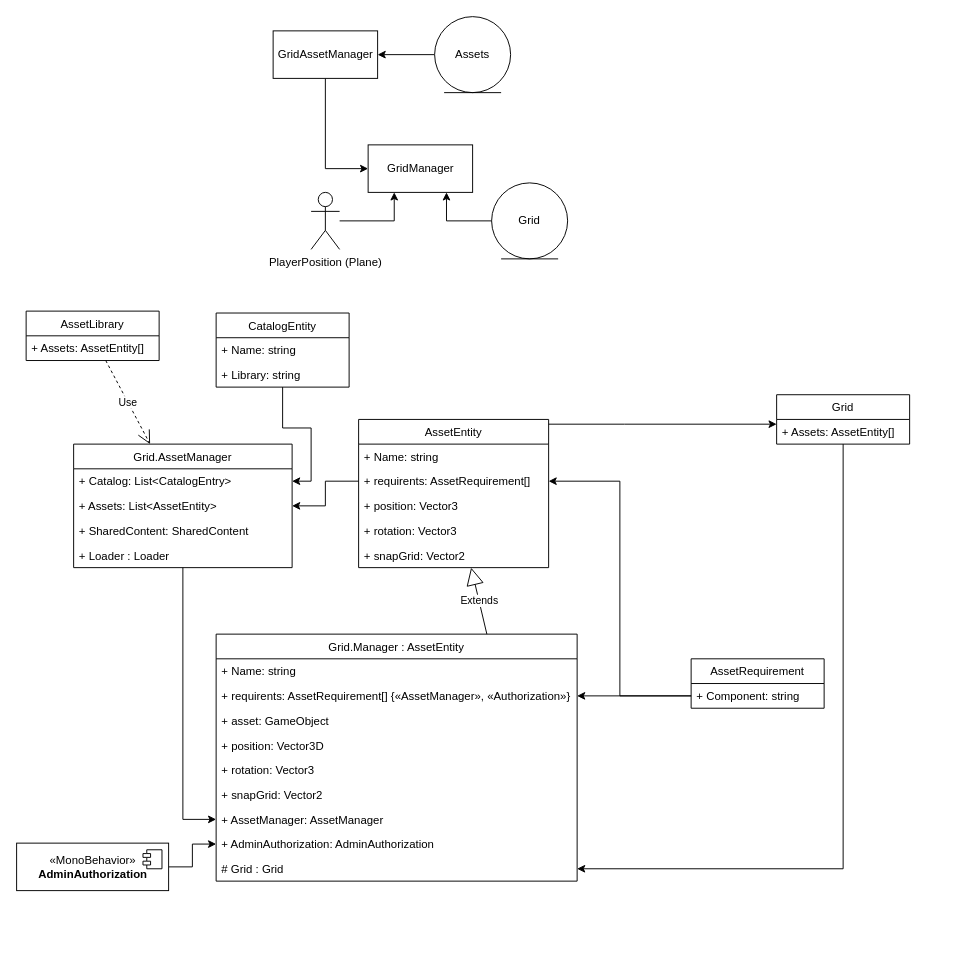
enbock/itbock.de keeps this draw.io diagram as Unity/GridSystem.drawio. Above is the earlier version. Source tidied: cells renumbered, new cells numbered last; positions are measured from the earlier drawing's top-left corner, leaving out a move shared by most shapes. Both pictures are drawn from the tidied source at 95%, with x=0, y=0 at pixel (16, 16).
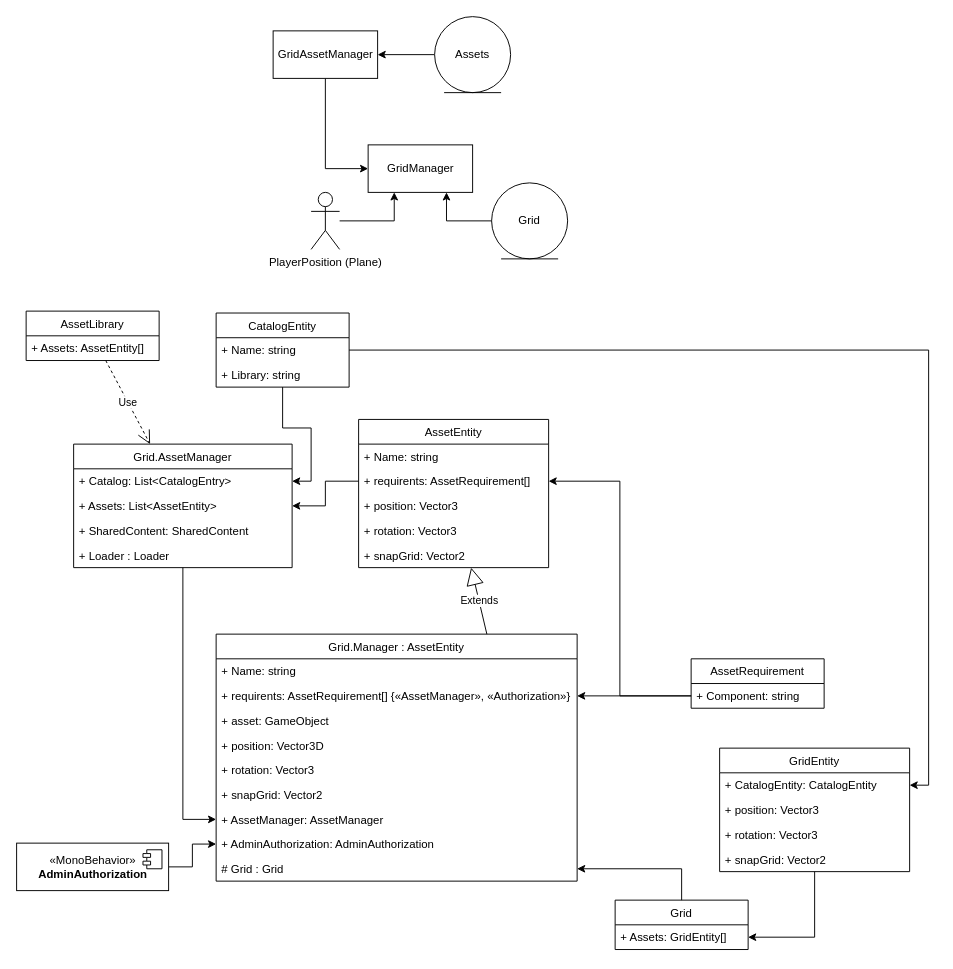
The same diagram, later.

The change refers to these unchanged cells:
```xml
<mxCell id="22" value="AssetEntity" style="swimlane;fontStyle=0;horizontal=1;startSize=26;fillColor=none;" parent="1" vertex="1">
  <mxGeometry x="360" y="424" width="200" height="156" as="geometry" />
</mxCell>
<mxCell id="47" value="+ Name: string" style="text;strokeColor=none;fillColor=none;align=left;verticalAlign=top;spacingLeft=4;spacingRight=4;overflow=hidden;points=[[0,0.5],[1,0.5]];portConstraint=eastwest;" parent="46" vertex="1">
  <mxGeometry y="26" width="140" height="26" as="geometry" />
</mxCell>
```

Change to the diagram source:
```diff
@@
-    <mxCell id="13" style="edgeStyle=orthogonalEdgeStyle;rounded=0;jettySize=auto;html=1;" parent="1" edge="1" source="22" target="54">
-      <mxGeometry relative="1" as="geometry">
-        <Array as="points">
-          <mxPoint x="640" y="429" />
-          <mxPoint x="640" y="429" />
-        </Array>
-      </mxGeometry>
-    </mxCell>
@@
     <mxCell id="53" value="Grid" style="swimlane;fontStyle=0;horizontal=1;startSize=26;fillColor=none;" parent="1" vertex="1">
-      <mxGeometry x="800" y="398" width="140" height="52" as="geometry" />
+      <mxGeometry x="630" y="930" width="140" height="52" as="geometry" />
     </mxCell>
-    <mxCell id="54" value="+ Assets: AssetEntity[]" style="text;strokeColor=none;fillColor=none;align=left;verticalAlign=top;spacingLeft=4;spacingRight=4;overflow=hidden;points=[[0,0.5],[1,0.5]];portConstraint=eastwest;" parent="53" vertex="1">
+    <mxCell id="54" value="+ Assets: GridEntity[]" style="text;strokeColor=none;fillColor=none;align=left;verticalAlign=top;spacingLeft=4;spacingRight=4;overflow=hidden;points=[[0,0.5],[1,0.5]];portConstraint=eastwest;" parent="53" vertex="1">
       <mxGeometry y="26" width="140" height="26" as="geometry" />
     </mxCell>
+    <mxCell id="55" style="edgeStyle=orthogonalEdgeStyle;rounded=0;jettySize=auto;html=1;entryX=1;entryY=0.5;entryDx=0;entryDy=0;" parent="1" edge="1" source="47" target="58">
+      <mxGeometry relative="1" as="geometry" />
+    </mxCell>
+    <mxCell id="56" style="edgeStyle=orthogonalEdgeStyle;rounded=0;jettySize=auto;html=1;" parent="1" edge="1" source="57" target="54">
+      <mxGeometry relative="1" as="geometry" />
+    </mxCell>
+    <mxCell id="57" value="GridEntity" style="swimlane;fontStyle=0;horizontal=1;startSize=26;fillColor=none;" parent="1" vertex="1">
+      <mxGeometry x="740" y="770" width="200" height="130" as="geometry" />
+    </mxCell>
+    <mxCell id="58" value="+ CatalogEntity: CatalogEntity" style="text;strokeColor=none;fillColor=none;align=left;verticalAlign=top;spacingLeft=4;spacingRight=4;overflow=hidden;points=[[0,0.5],[1,0.5]];portConstraint=eastwest;" parent="57" vertex="1">
+      <mxGeometry y="26" width="200" height="26" as="geometry" />
+    </mxCell>
+    <mxCell id="59" value="+ position: Vector3" style="text;strokeColor=none;fillColor=none;align=left;verticalAlign=top;spacingLeft=4;spacingRight=4;overflow=hidden;" parent="57" vertex="1">
+      <mxGeometry y="52" width="200" height="26" as="geometry" />
+    </mxCell>
+    <mxCell id="60" value="+ rotation: Vector3" style="text;strokeColor=none;fillColor=none;align=left;verticalAlign=top;spacingLeft=4;spacingRight=4;overflow=hidden;" parent="57" vertex="1">
+      <mxGeometry y="78" width="200" height="26" as="geometry" />
+    </mxCell>
+    <mxCell id="61" value="+ snapGrid: Vector2" style="text;strokeColor=none;fillColor=none;align=left;verticalAlign=top;spacingLeft=4;spacingRight=4;overflow=hidden;" parent="57" vertex="1">
+      <mxGeometry y="104" width="200" height="26" as="geometry" />
+    </mxCell>
```
